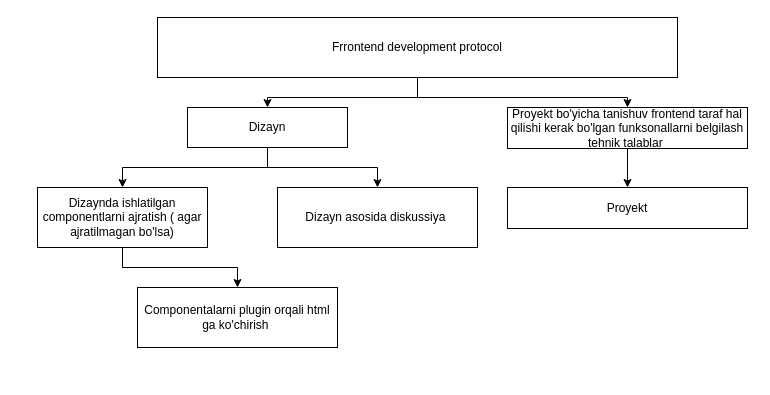
The draw.io diagram Untitled Diagram.drawio in AkhrorbekDev/diagrams, before the edit. Source tidied: cells renumbered, new cells numbered last; positions are measured from the earlier drawing's top-left corner, leaving out a move shared by most shapes. Both pictures are drawn from the tidied source at 100%, with x=0, y=0 at pixel (37, 17).
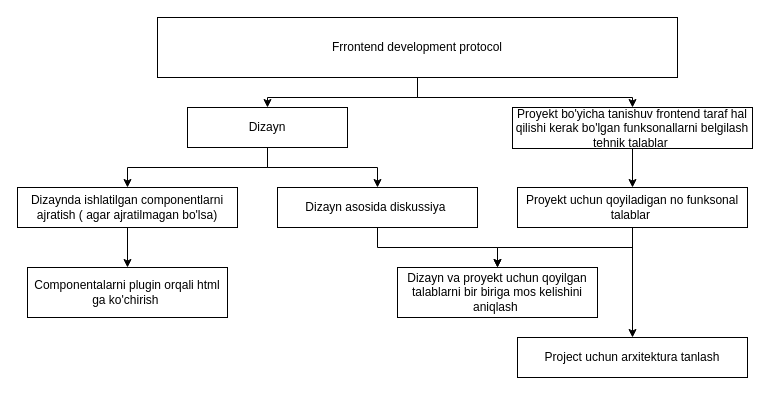
The same page after the edit.

Change to the diagram source:
```diff
@@
 <mxGraphModel>
   <root>
     <mxCell id="0" />
     <mxCell id="1" parent="0" />
     <mxCell id="2" style="edgeStyle=orthogonalEdgeStyle;rounded=0;jettySize=auto;html=1;" parent="1" edge="1" source="4" target="7">
       <mxGeometry relative="1" as="geometry" />
     </mxCell>
     <mxCell id="3" style="edgeStyle=orthogonalEdgeStyle;rounded=0;jettySize=auto;html=1;exitX=0.5;exitY=1;exitDx=0;exitDy=0;entryX=0.5;entryY=0;entryDx=0;entryDy=0;" parent="1" edge="1" source="4" target="13">
       <mxGeometry relative="1" as="geometry" />
     </mxCell>
     <mxCell id="4" value="Frrontend development protocol" style="rounded=0;whiteSpace=wrap;html=1;" parent="1" vertex="1">
       <mxGeometry x="120" width="520" height="60" as="geometry" />
     </mxCell>
     <mxCell id="5" style="edgeStyle=orthogonalEdgeStyle;rounded=0;jettySize=auto;html=1;" parent="1" edge="1" source="7" target="9">
       <mxGeometry relative="1" as="geometry" />
     </mxCell>
     <mxCell id="6" style="edgeStyle=orthogonalEdgeStyle;rounded=0;jettySize=auto;html=1;" parent="1" edge="1" source="7" target="11">
       <mxGeometry relative="1" as="geometry" />
     </mxCell>
     <mxCell id="7" value="Dizayn" style="rounded=0;whiteSpace=wrap;html=1;" parent="1" vertex="1">
       <mxGeometry x="150" y="90" width="160" height="40" as="geometry" />
     </mxCell>
     <mxCell id="8" style="edgeStyle=orthogonalEdgeStyle;rounded=0;jettySize=auto;html=1;exitX=0.5;exitY=1;exitDx=0;exitDy=0;" parent="1" edge="1" source="9" target="10">
       <mxGeometry relative="1" as="geometry" />
     </mxCell>
     <mxCell id="9" value="Dizaynda ishlatilgan componentlarni ajratish ( agar ajratilmagan bo'lsa)" style="rounded=0;whiteSpace=wrap;html=1;" parent="1" vertex="1">
-      <mxGeometry y="170" width="170" height="60" as="geometry" />
+      <mxGeometry x="-20" y="170" width="220" height="40" as="geometry" />
     </mxCell>
     <mxCell id="10" value="Componentalarni plugin orqali html ga ko'chirish&amp;nbsp;" style="rounded=0;whiteSpace=wrap;html=1;" parent="1" vertex="1">
-      <mxGeometry x="100" y="270" width="200" height="60" as="geometry" />
+      <mxGeometry x="-10" y="250" width="200" height="50" as="geometry" />
     </mxCell>
+    <mxCell id="15" style="edgeStyle=orthogonalEdgeStyle;rounded=0;jettySize=auto;html=1;" parent="1" edge="1" source="11" target="18">
+      <mxGeometry relative="1" as="geometry" />
+    </mxCell>
     <mxCell id="11" value="Dizayn asosida diskussiya&amp;nbsp;" style="rounded=0;whiteSpace=wrap;html=1;" parent="1" vertex="1">
-      <mxGeometry x="240" y="170" width="200" height="60" as="geometry" />
+      <mxGeometry x="240" y="170" width="200" height="40" as="geometry" />
     </mxCell>
     <mxCell id="12" style="edgeStyle=orthogonalEdgeStyle;rounded=0;jettySize=auto;html=1;" parent="1" edge="1" source="13" target="14">
       <mxGeometry relative="1" as="geometry" />
     </mxCell>
     <mxCell id="13" value="Proyekt bo'yicha tanishuv frontend taraf hal qilishi kerak bo'lgan funksonallarni belgilash tehnik talablar&amp;nbsp;" style="rounded=0;whiteSpace=wrap;html=1;" parent="1" vertex="1">
-      <mxGeometry x="470" y="90" width="240" height="41" as="geometry" />
+      <mxGeometry x="475" y="90" width="240" height="41" as="geometry" />
     </mxCell>
+    <mxCell id="16" style="edgeStyle=orthogonalEdgeStyle;rounded=0;jettySize=auto;html=1;exitX=0.5;exitY=1;exitDx=0;exitDy=0;entryX=0.5;entryY=0;entryDx=0;entryDy=0;" parent="1" edge="1" source="14" target="18">
+      <mxGeometry relative="1" as="geometry" />
+    </mxCell>
+    <mxCell id="17" style="edgeStyle=orthogonalEdgeStyle;rounded=0;jettySize=auto;html=1;" parent="1" edge="1" source="14" target="19">
+      <mxGeometry relative="1" as="geometry" />
+    </mxCell>
-    <mxCell id="14" value="Proyekt" style="rounded=0;whiteSpace=wrap;html=1;" parent="1" vertex="1">
-      <mxGeometry x="470" y="170" width="240" height="41" as="geometry" />
+    <mxCell id="14" value="Proyekt uchun qoyiladigan no funksonal talablar&amp;nbsp;" style="rounded=0;whiteSpace=wrap;html=1;" parent="1" vertex="1">
+      <mxGeometry x="480" y="170" width="230" height="40" as="geometry" />
     </mxCell>
+    <mxCell id="18" value="Dizayn va proyekt uchun qoyilgan talablarni bir biriga mos kelishini aniqlash&amp;nbsp;" style="rounded=0;whiteSpace=wrap;html=1;" parent="1" vertex="1">
+      <mxGeometry x="360" y="250" width="200" height="50" as="geometry" />
+    </mxCell>
+    <mxCell id="19" value="Project uchun arxitektura tanlash" style="rounded=0;whiteSpace=wrap;html=1;" parent="1" vertex="1">
+      <mxGeometry x="480" y="320" width="230" height="40" as="geometry" />
+    </mxCell>
   </root>
 </mxGraphModel>
```
